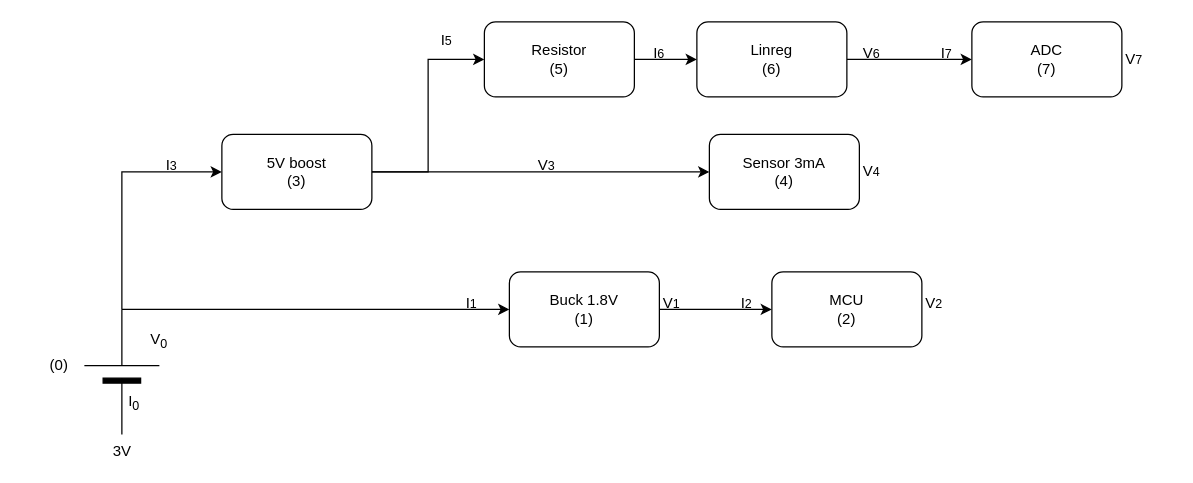
Above: work/case_1.drawio in geddy11/tmp_sl (draw.io), before the change. Source tidied: cells renumbered, new cells numbered last; positions are measured from the earlier drawing's top-left corner, leaving out a move shared by most shapes. Both pictures are drawn from the tidied source at 125%, with x=0, y=0 at pixel (21, 21).
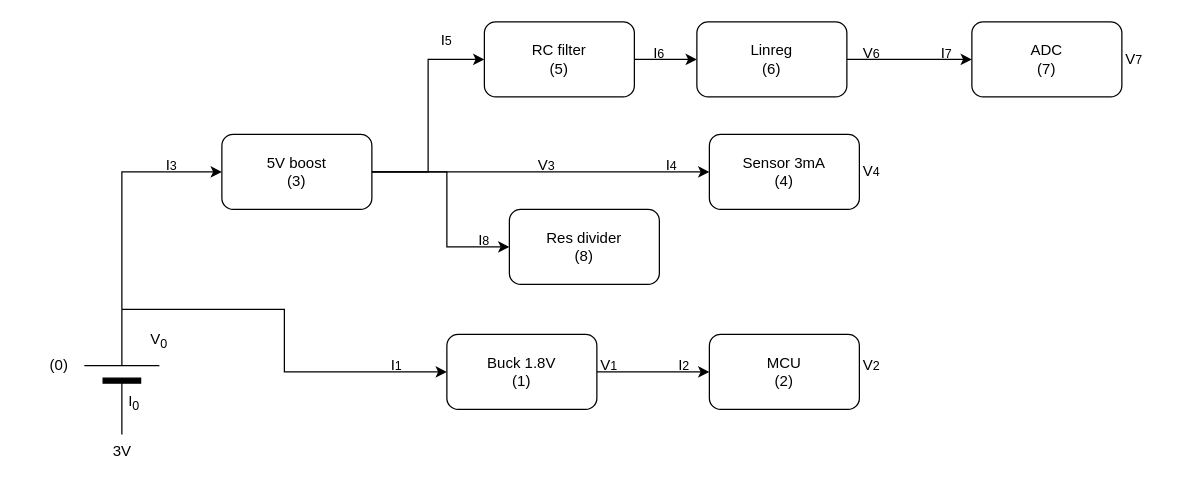
The same page after the edit.

Unchanged cells that the change refers to:
```xml
<mxCell id="2" value="3V" style="verticalLabelPosition=bottom;shadow=0;dashed=0;align=center;fillColor=strokeColor;html=1;verticalAlign=top;strokeWidth=1;shape=mxgraph.electrical.miscellaneous.monocell_battery;direction=north;" parent="1" vertex="1">
  <mxGeometry x="50" y="230" width="60" height="100" as="geometry" />
</mxCell>
<mxCell id="8" value="5V boost&lt;br&gt;(3)" style="rounded=1;whiteSpace=wrap;html=1;" parent="1" vertex="1">
  <mxGeometry x="160" y="90" width="120" height="60" as="geometry" />
</mxCell>
```

Change to the diagram source:
```diff
@@
     <mxCell id="4" value="Buck 1.8V&lt;br&gt;(1)" style="rounded=1;whiteSpace=wrap;html=1;" parent="1" vertex="1">
-      <mxGeometry x="390" y="200" width="120" height="60" as="geometry" />
+      <mxGeometry x="340" y="250" width="120" height="60" as="geometry" />
     </mxCell>
     <mxCell id="5" style="endArrow=classic;html=1;rounded=0;exitX=1;exitY=0.5;exitDx=0;exitDy=0;exitPerimeter=0;entryX=0;entryY=0.5;entryDx=0;entryDy=0;" parent="1" edge="1" source="2" target="4">
-      <mxGeometry relative="1" as="geometry" />
+      <mxGeometry relative="1" as="geometry">
+        <Array as="points">
+          <mxPoint x="210" y="230" />
+          <mxPoint x="210" y="280" />
+        </Array>
+      </mxGeometry>
     </mxCell>
@@
     <mxCell id="10" value="MCU&lt;br&gt;(2)" style="rounded=1;whiteSpace=wrap;html=1;" parent="1" vertex="1">
-      <mxGeometry x="600" y="200" width="120" height="60" as="geometry" />
+      <mxGeometry x="550" y="250" width="120" height="60" as="geometry" />
     </mxCell>
@@
-    <mxCell id="12" value="Resistor&lt;br&gt;(5)" style="rounded=1;whiteSpace=wrap;html=1;" parent="1" vertex="1">
+    <mxCell id="12" value="RC filter&lt;br&gt;(5)" style="rounded=1;whiteSpace=wrap;html=1;" parent="1" vertex="1">
       <mxGeometry x="370" width="120" height="60" as="geometry" />
     </mxCell>
@@
     <mxCell id="15" value="V&lt;span style=&quot;font-size: 10px;&quot;&gt;1&lt;/span&gt;" style="text;html=1;strokeColor=none;fillColor=none;align=center;verticalAlign=middle;whiteSpace=wrap;rounded=0;" parent="1" vertex="1">
-      <mxGeometry x="490" y="210" width="60" height="30" as="geometry" />
+      <mxGeometry x="440" y="260" width="60" height="30" as="geometry" />
     </mxCell>
     <mxCell id="16" value="V&lt;span style=&quot;font-size: 10px;&quot;&gt;2&lt;/span&gt;" style="text;html=1;strokeColor=none;fillColor=none;align=center;verticalAlign=middle;whiteSpace=wrap;rounded=0;" parent="1" vertex="1">
-      <mxGeometry x="700" y="210" width="60" height="30" as="geometry" />
+      <mxGeometry x="650" y="260" width="60" height="30" as="geometry" />
     </mxCell>
@@
     <mxCell id="20" value="I&lt;span style=&quot;font-size: 10px;&quot;&gt;1&lt;/span&gt;" style="text;html=1;strokeColor=none;fillColor=none;align=center;verticalAlign=middle;whiteSpace=wrap;rounded=0;" parent="1" vertex="1">
-      <mxGeometry x="330" y="210" width="60" height="30" as="geometry" />
+      <mxGeometry x="270" y="260" width="60" height="30" as="geometry" />
     </mxCell>
@@
     <mxCell id="23" value="I&lt;span style=&quot;font-size: 10px;&quot;&gt;2&lt;/span&gt;" style="text;html=1;strokeColor=none;fillColor=none;align=center;verticalAlign=middle;whiteSpace=wrap;rounded=0;" parent="1" vertex="1">
-      <mxGeometry x="550" y="210" width="60" height="30" as="geometry" />
+      <mxGeometry x="500" y="260" width="60" height="30" as="geometry" />
     </mxCell>
@@
+    <mxCell id="32" value="Res divider&lt;br&gt;(8)" style="rounded=1;whiteSpace=wrap;html=1;" parent="1" vertex="1">
+      <mxGeometry x="390" y="150" width="120" height="60" as="geometry" />
+    </mxCell>
+    <mxCell id="33" style="endArrow=classic;html=1;rounded=0;exitX=1;exitY=0.5;exitDx=0;exitDy=0;entryX=0;entryY=0.5;entryDx=0;entryDy=0;" parent="1" edge="1" source="8" target="32">
+      <mxGeometry relative="1" as="geometry">
+        <Array as="points">
+          <mxPoint x="340" y="120" />
+          <mxPoint x="340" y="180" />
+        </Array>
+      </mxGeometry>
+    </mxCell>
+    <mxCell id="34" value="I&lt;span style=&quot;font-size: 10px;&quot;&gt;8&lt;/span&gt;" style="text;html=1;strokeColor=none;fillColor=none;align=center;verticalAlign=middle;whiteSpace=wrap;rounded=0;" parent="1" vertex="1">
+      <mxGeometry x="340" y="160" width="60" height="30" as="geometry" />
+    </mxCell>
+    <mxCell id="35" value="I&lt;span style=&quot;font-size: 10px;&quot;&gt;4&lt;/span&gt;" style="text;html=1;strokeColor=none;fillColor=none;align=center;verticalAlign=middle;whiteSpace=wrap;rounded=0;" parent="1" vertex="1">
+      <mxGeometry x="490" y="100" width="60" height="30" as="geometry" />
+    </mxCell>
```
